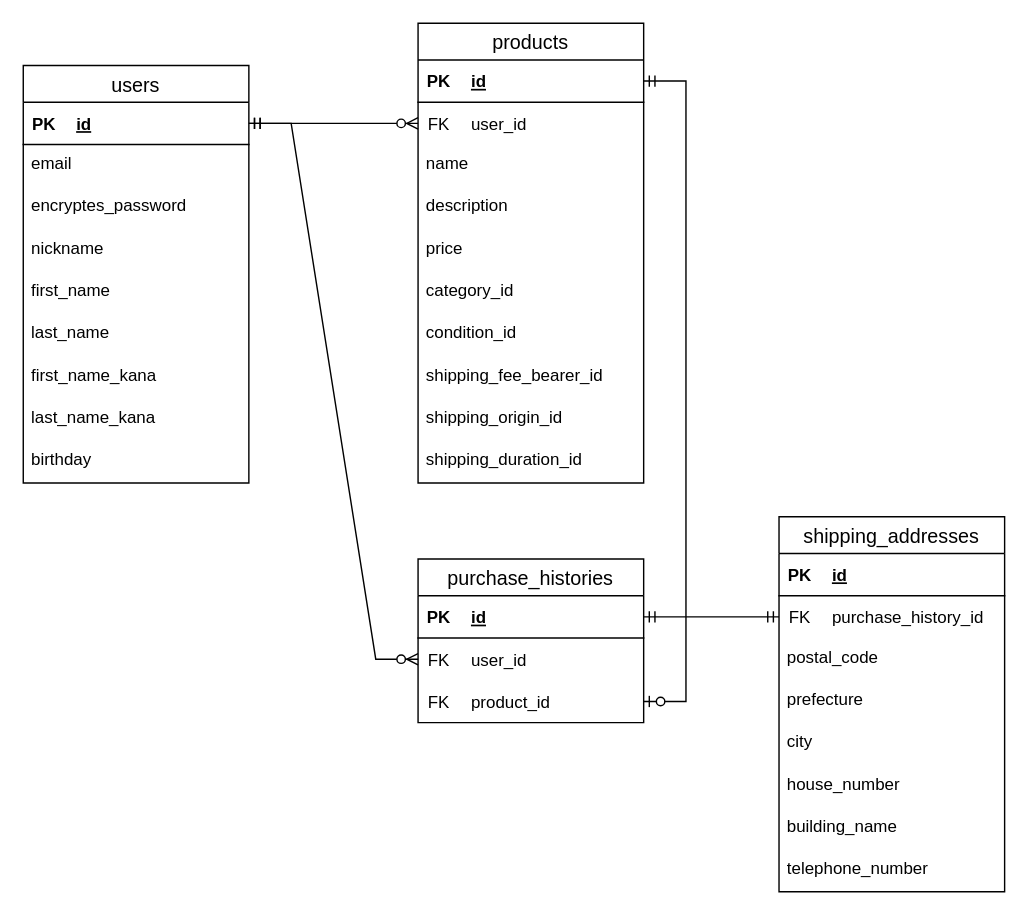
Before: config/db-configuration.dio in tsubi-kaiju/furima-39378, a draw.io diagram. Source tidied: cells renumbered, new cells numbered last; positions are measured from the earlier drawing's top-left corner, leaving out a move shared by most shapes. Both pictures are drawn from the tidied source at 141%, with x=0, y=0 at pixel (23, 23).
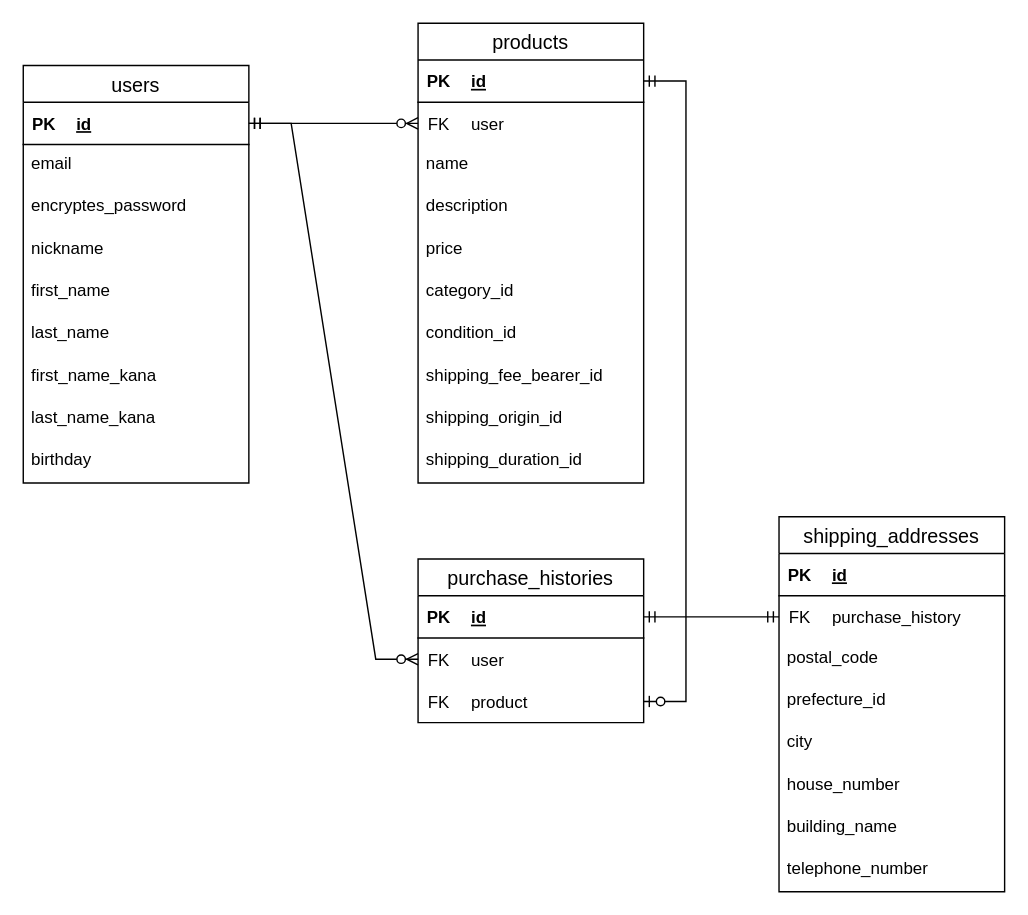
The same page after the edit.

Commit message (it also covers changes not shown here):
ER図とREADMEを再度修正

Unchanged cells that the change refers to:
```xml
<mxCell id="20" style="shape=tableRow;horizontal=0;startSize=0;swimlaneHead=0;swimlaneBody=0;fillColor=none;points=[[0,0.5],[1,0.5]];portConstraint=eastwest;top=0;left=0;right=0;bottom=0;" parent="16" vertex="1">
  <mxGeometry y="30" width="160" height="30" as="geometry" />
</mxCell>
<mxCell id="23" style="shape=tableRow;horizontal=0;startSize=0;swimlaneHead=0;swimlaneBody=0;fillColor=none;points=[[0,0.5],[1,0.5]];portConstraint=eastwest;top=0;left=0;right=0;bottom=0;" parent="16" vertex="1">
  <mxGeometry y="60" width="160" height="30" as="geometry" />
</mxCell>
<mxCell id="26" value="shipping_addresses" style="swimlane;fontStyle=0;horizontal=1;startSize=26;align=center;fontSize=14;" parent="1" vertex="1">
  <mxGeometry x="536" y="350" width="160" height="266" as="geometry" />
</mxCell>
<mxCell id="31" style="shape=tableRow;horizontal=0;startSize=0;swimlaneHead=0;swimlaneBody=0;fillColor=none;points=[[0,0.5],[1,0.5]];portConstraint=eastwest;top=0;left=0;right=0;bottom=0;" parent="27" vertex="1">
  <mxGeometry y="30" width="160" height="30" as="geometry" />
</mxCell>
<mxCell id="45" style="shape=tableRow;horizontal=0;startSize=0;swimlaneHead=0;swimlaneBody=0;fillColor=none;points=[[0,0.5],[1,0.5]];portConstraint=eastwest;top=0;left=0;right=0;bottom=0;" parent="41" vertex="1">
  <mxGeometry y="30" width="160" height="30" as="geometry" />
</mxCell>
```

The edit, as a diff of the source:
```diff
@@
-    <mxCell id="22" value="user_id" style="shape=partialRectangle;fillColor=none;top=0;left=0;bottom=0;right=0;align=left;spacingLeft=6;fontStyle=0;overflow=hidden;" parent="20" vertex="1">
+    <mxCell id="22" value="user" style="shape=partialRectangle;fillColor=none;top=0;left=0;bottom=0;right=0;align=left;spacingLeft=6;fontStyle=0;overflow=hidden;" parent="20" vertex="1">
       <mxGeometry x="30" width="130" height="30" as="geometry" />
     </mxCell>
@@
-    <mxCell id="25" value="product_id" style="shape=partialRectangle;fillColor=none;top=0;left=0;bottom=0;right=0;align=left;spacingLeft=6;fontStyle=0;overflow=hidden;" parent="23" vertex="1">
+    <mxCell id="25" value="product" style="shape=partialRectangle;fillColor=none;top=0;left=0;bottom=0;right=0;align=left;spacingLeft=6;fontStyle=0;overflow=hidden;" parent="23" vertex="1">
       <mxGeometry x="30" width="130" height="30" as="geometry" />
     </mxCell>
@@
-    <mxCell id="33" value="purchase_history_id" style="shape=partialRectangle;fillColor=none;top=0;left=0;bottom=0;right=0;align=left;spacingLeft=6;fontStyle=0;overflow=hidden;" parent="31" vertex="1">
+    <mxCell id="33" value="purchase_history" style="shape=partialRectangle;fillColor=none;top=0;left=0;bottom=0;right=0;align=left;spacingLeft=6;fontStyle=0;overflow=hidden;" parent="31" vertex="1">
       <mxGeometry x="30" width="130" height="30" as="geometry" />
     </mxCell>
@@
-    <mxCell id="35" value="prefecture" style="text;strokeColor=none;fillColor=none;spacingLeft=4;spacingRight=4;overflow=hidden;fontSize=12;" parent="26" vertex="1">
+    <mxCell id="35" value="prefecture_id" style="text;strokeColor=none;fillColor=none;spacingLeft=4;spacingRight=4;overflow=hidden;fontSize=12;" parent="26" vertex="1">
       <mxGeometry y="116" width="160" height="30" as="geometry" />
     </mxCell>
@@
-    <mxCell id="47" value="user_id" style="shape=partialRectangle;fillColor=none;top=0;left=0;bottom=0;right=0;align=left;spacingLeft=6;fontStyle=0;overflow=hidden;" parent="45" vertex="1">
+    <mxCell id="47" value="user" style="shape=partialRectangle;fillColor=none;top=0;left=0;bottom=0;right=0;align=left;spacingLeft=6;fontStyle=0;overflow=hidden;" parent="45" vertex="1">
       <mxGeometry x="30" width="130" height="30" as="geometry" />
     </mxCell>
```
